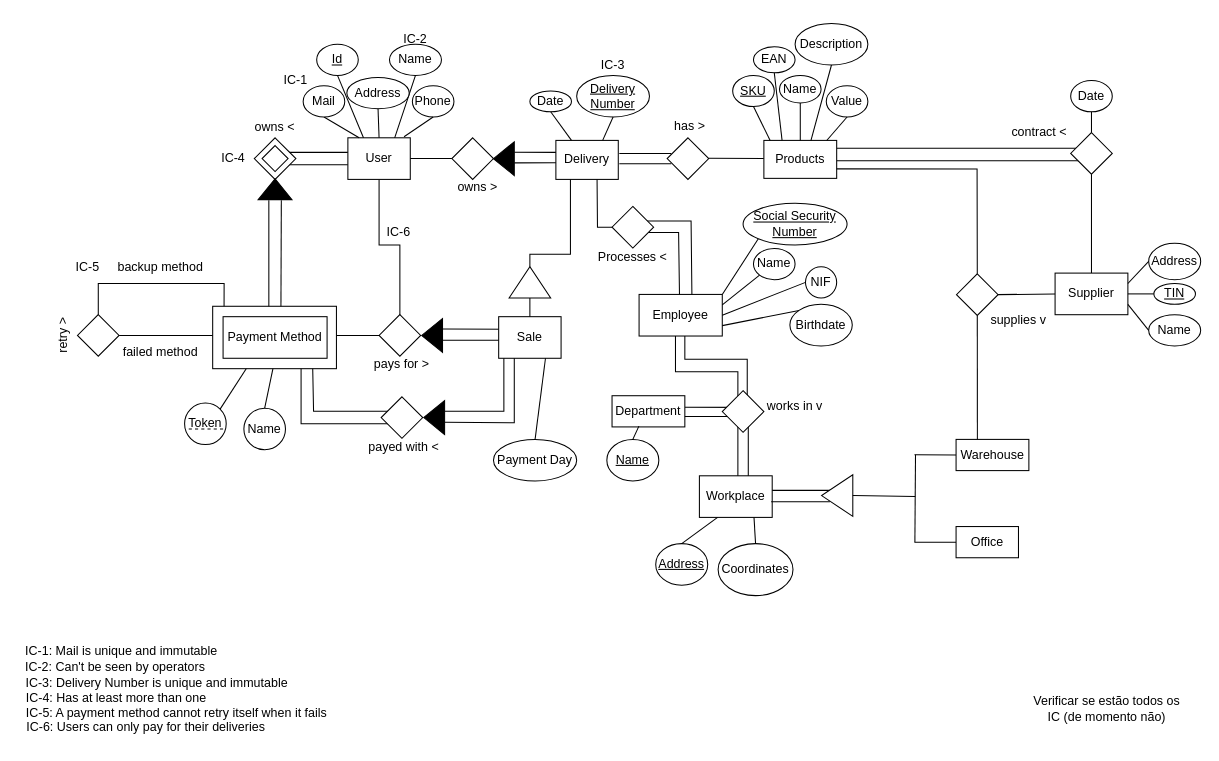
Axiself/Proj-BD-22-23 keeps this draw.io diagram as Entrega 1/Entrega 1.drawio. Above is the earlier version. Source tidied: cells renumbered, new cells numbered last; positions are measured from the earlier drawing's top-left corner, leaving out a move shared by most shapes. Both pictures are drawn from the tidied source at 104%, with x=0, y=0 at pixel (18, 23).
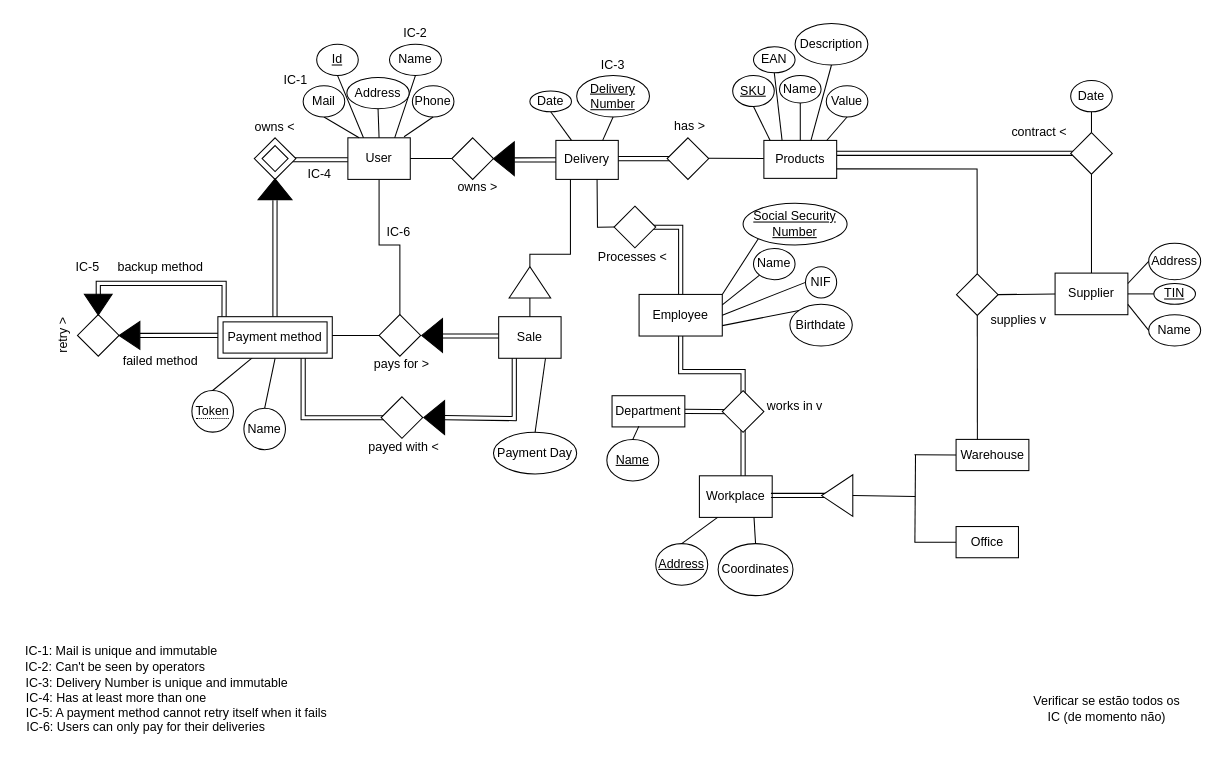
The same page after the edit.

Unchanged cells that the change refers to:
```xml
<mxCell id="36" value="Name" style="ellipse;whiteSpace=wrap;html=1;align=center;" parent="1" vertex="1">
  <mxGeometry x="217" y="370" width="40" height="40" as="geometry" />
</mxCell>
<mxCell id="54" value="Sale" style="whiteSpace=wrap;html=1;align=center;" parent="1" vertex="1">
  <mxGeometry x="462" y="282" width="60" height="40" as="geometry" />
</mxCell>
<mxCell id="62" style="shape=rhombus;perimeter=rhombusPerimeter;whiteSpace=wrap;html=1;align=center;" parent="1" vertex="1">
  <mxGeometry x="57" y="280" width="40" height="40" as="geometry" />
</mxCell>
<mxCell id="105" value="Employee" style="whiteSpace=wrap;html=1;align=center;" parent="1" vertex="1">
  <mxGeometry x="597" y="260.6" width="80" height="40" as="geometry" />
</mxCell>
<mxCell id="117" value="f" style="triangle;whiteSpace=wrap;html=1;fillColor=#000000;rotation=-180;" parent="1" vertex="1">
  <mxGeometry x="390" y="362.8" width="20" height="32.5" as="geometry" />
</mxCell>
```

Diff of the diagram source:
```diff
@@
-    <mxCell id="2" style="endArrow=none;html=1;rounded=0;exitX=1;exitY=1;exitDx=0;exitDy=0;" parent="1" edge="1">
-      <mxGeometry relative="1" as="geometry">
-        <mxPoint x="787" y="132" as="sourcePoint" />
-        <mxPoint x="1036.8" y="132" as="targetPoint" />
-      </mxGeometry>
-    </mxCell>
+    <mxCell id="152" style="endArrow=none;html=1;rounded=0;entryX=0.5;entryY=0;entryDx=0;entryDy=0;shape=link;" parent="1" edge="1" target="105">
+      <mxGeometry relative="1" as="geometry">
+        <mxPoint x="597" y="196" as="sourcePoint" />
+        <Array as="points">
+          <mxPoint x="637" y="196" />
+        </Array>
+      </mxGeometry>
+    </mxCell>
-    <mxCell id="3" style="endArrow=none;html=1;rounded=0;exitX=1;exitY=0;exitDx=0;exitDy=0;" parent="1" edge="1">
+    <mxCell id="3" style="endArrow=none;html=1;rounded=0;exitX=1;exitY=0;exitDx=0;exitDy=0;shape=link;" parent="1" edge="1">
       <mxGeometry relative="1" as="geometry">
-        <mxPoint x="787" y="120" as="sourcePoint" />
-        <mxPoint x="1036.8" y="120" as="targetPoint" />
+        <mxPoint x="787" y="124.9" as="sourcePoint" />
+        <mxPoint x="1036.8" y="124.9" as="targetPoint" />
       </mxGeometry>
     </mxCell>
-    <mxCell id="4" style="endArrow=none;html=1;rounded=0;entryX=0.625;entryY=0.419;entryDx=0;entryDy=0;exitX=0.5;exitY=1;exitDx=0;exitDy=0;entryPerimeter=0;" parent="1" edge="1">
-      <mxGeometry relative="1" as="geometry">
-        <mxPoint x="641" y="294" as="sourcePoint" />
-        <mxPoint x="701" y="370" as="targetPoint" />
-        <Array as="points">
-          <mxPoint x="641" y="323" />
-          <mxPoint x="701" y="323" />
-        </Array>
-      </mxGeometry>
-    </mxCell>
-    <mxCell id="5" style="endArrow=none;html=1;rounded=0;entryX=0.5;entryY=0;entryDx=0;entryDy=0;exitX=0.425;exitY=0.734;exitDx=0;exitDy=0;exitPerimeter=0;" parent="1" edge="1">
+    <mxCell id="5" style="endArrow=none;html=1;rounded=0;entryX=0.5;entryY=0;entryDx=0;entryDy=0;exitX=0.425;exitY=0.734;exitDx=0;exitDy=0;exitPerimeter=0;shape=link;" parent="1" edge="1">
       <mxGeometry relative="1" as="geometry">
-        <mxPoint x="632" y="290" as="sourcePoint" />
-        <mxPoint x="692" y="358.2" as="targetPoint" />
+        <mxPoint x="637" y="289.7" as="sourcePoint" />
+        <mxPoint x="697" y="358" as="targetPoint" />
         <Array as="points">
-          <mxPoint x="632" y="335" />
-          <mxPoint x="692" y="335" />
+          <mxPoint x="637" y="334.8" />
+          <mxPoint x="697" y="334.8" />
         </Array>
       </mxGeometry>
     </mxCell>
@@
-    <mxCell id="7" style="endArrow=none;html=1;rounded=0;exitX=0.514;exitY=0.125;exitDx=0;exitDy=0;exitPerimeter=0;entryX=0.5;entryY=1;entryDx=0;entryDy=0;" parent="1" edge="1">
-      <mxGeometry relative="1" as="geometry">
-        <mxPoint x="702" y="438" as="sourcePoint" />
-        <mxPoint x="702" y="384.2" as="targetPoint" />
-      </mxGeometry>
-    </mxCell>
-    <mxCell id="8" style="endArrow=none;html=1;rounded=0;entryX=0.5;entryY=0.35;entryDx=0;entryDy=0;exitX=1;exitY=0.5;exitDx=0;exitDy=0;entryPerimeter=0;" parent="1" edge="1">
-      <mxGeometry relative="1" as="geometry">
-        <mxPoint x="635" y="378" as="sourcePoint" />
-        <mxPoint x="691" y="378" as="targetPoint" />
-      </mxGeometry>
-    </mxCell>
-    <mxCell id="9" style="endArrow=none;html=1;rounded=0;entryX=0.5;entryY=0.35;entryDx=0;entryDy=0;exitX=1;exitY=0.5;exitDx=0;exitDy=0;entryPerimeter=0;" parent="1" edge="1">
+    <mxCell id="9" style="endArrow=none;html=1;rounded=0;entryX=0.5;entryY=0.35;entryDx=0;entryDy=0;exitX=1;exitY=0.5;exitDx=0;exitDy=0;entryPerimeter=0;shape=link;" parent="1" edge="1">
       <mxGeometry relative="1" as="geometry">
-        <mxPoint x="641" y="369" as="sourcePoint" />
-        <mxPoint x="697" y="369.2" as="targetPoint" />
+        <mxPoint x="641" y="373.1" as="sourcePoint" />
+        <mxPoint x="697" y="373.4" as="targetPoint" />
       </mxGeometry>
     </mxCell>
-    <mxCell id="10" style="endArrow=none;html=1;rounded=0;exitX=0.514;exitY=0.125;exitDx=0;exitDy=0;exitPerimeter=0;entryX=0.5;entryY=1;entryDx=0;entryDy=0;" parent="1" edge="1">
+    <mxCell id="10" style="endArrow=none;html=1;rounded=0;exitX=0.514;exitY=0.125;exitDx=0;exitDy=0;exitPerimeter=0;entryX=0.5;entryY=1;entryDx=0;entryDy=0;shape=link;" parent="1" edge="1">
       <mxGeometry relative="1" as="geometry">
-        <mxPoint x="692" y="440" as="sourcePoint" />
-        <mxPoint x="692" y="386.2" as="targetPoint" />
+        <mxPoint x="697" y="440.1" as="sourcePoint" />
+        <mxPoint x="697" y="386.4" as="targetPoint" />
       </mxGeometry>
     </mxCell>
@@
-    <mxCell id="12" style="endArrow=none;html=1;rounded=0;entryX=0.635;entryY=0.019;entryDx=0;entryDy=0;entryPerimeter=0;" parent="1" edge="1">
-      <mxGeometry relative="1" as="geometry">
-        <mxPoint x="597" y="201" as="sourcePoint" />
-        <mxPoint x="636" y="272" as="targetPoint" />
-        <Array as="points">
-          <mxPoint x="584" y="201" />
-          <mxPoint x="605" y="201" />
-          <mxPoint x="635" y="201" />
-        </Array>
-      </mxGeometry>
-    </mxCell>
-    <mxCell id="13" style="endArrow=none;html=1;rounded=0;exitX=0;exitY=0;exitDx=0;exitDy=0;entryX=0.635;entryY=0.019;entryDx=0;entryDy=0;entryPerimeter=0;" parent="1" edge="1" source="119" target="105">
-      <mxGeometry relative="1" as="geometry">
-        <Array as="points">
-          <mxPoint x="596" y="190" />
-          <mxPoint x="617" y="190" />
-          <mxPoint x="647" y="190" />
-        </Array>
-      </mxGeometry>
-    </mxCell>
-    <mxCell id="14" style="endArrow=none;html=1;rounded=0;entryX=1;entryY=0;entryDx=0;entryDy=0;" parent="1" edge="1" target="37">
+    <mxCell id="14" style="endArrow=none;html=1;rounded=0;entryX=0.5;entryY=0;entryDx=0;entryDy=0;" parent="1" edge="1" target="37">
       <mxGeometry relative="1" as="geometry">
         <mxPoint x="227" y="320" as="sourcePoint" />
       </mxGeometry>
     </mxCell>
-    <mxCell id="15" style="endArrow=none;html=1;rounded=0;" parent="1" edge="1">
+    <mxCell id="15" style="endArrow=none;html=1;rounded=0;shape=link;" parent="1" edge="1" source="154">
       <mxGeometry relative="1" as="geometry">
-        <mxPoint x="97" y="300" as="sourcePoint" />
         <mxPoint x="207" y="300" as="targetPoint" />
       </mxGeometry>
     </mxCell>
-    <mxCell id="16" style="endArrow=none;html=1;rounded=0;exitX=0;exitY=0.75;exitDx=0;exitDy=0;entryX=0.083;entryY=0.95;entryDx=0;entryDy=0;entryPerimeter=0;" parent="1" edge="1" target="54">
-      <mxGeometry relative="1" as="geometry">
-        <mxPoint x="410" y="372.9" as="sourcePoint" />
-        <Array as="points">
-          <mxPoint x="467" y="373" />
-        </Array>
-      </mxGeometry>
-    </mxCell>
@@
-    <mxCell id="19" style="endArrow=none;html=1;rounded=0;exitX=1;exitY=1;exitDx=0;exitDy=0;entryX=0;entryY=0.75;entryDx=0;entryDy=0;" parent="1" edge="1">
+    <mxCell id="19" style="endArrow=none;html=1;rounded=0;exitX=1;exitY=1;exitDx=0;exitDy=0;entryX=0;entryY=0.75;entryDx=0;entryDy=0;shape=link;" parent="1" edge="1">
       <mxGeometry relative="1" as="geometry">
-        <mxPoint x="257" y="136" as="sourcePoint" />
-        <mxPoint x="317" y="136" as="targetPoint" />
+        <mxPoint x="257" y="131.1" as="sourcePoint" />
+        <mxPoint x="317" y="131.1" as="targetPoint" />
       </mxGeometry>
     </mxCell>
-    <mxCell id="20" style="endArrow=none;html=1;rounded=0;exitX=0.5;exitY=1;exitDx=0;exitDy=0;" parent="1" edge="1">
-      <mxGeometry relative="1" as="geometry">
-        <mxPoint x="724" y="449" as="sourcePoint" />
-        <mxPoint x="792.5" y="449" as="targetPoint" />
-      </mxGeometry>
-    </mxCell>
-    <mxCell id="21" style="endArrow=none;html=1;rounded=0;entryX=0;entryY=0.25;entryDx=0;entryDy=0;exitX=0;exitY=0.75;exitDx=0;exitDy=0;" parent="1" edge="1">
+    <mxCell id="21" style="endArrow=none;html=1;rounded=0;entryX=0;entryY=0.25;entryDx=0;entryDy=0;exitX=0;exitY=0.75;exitDx=0;exitDy=0;shape=link;" parent="1" edge="1">
       <mxGeometry relative="1" as="geometry">
-        <mxPoint x="408" y="304.6" as="sourcePoint" />
-        <mxPoint x="478" y="304.6" as="targetPoint" />
+        <mxPoint x="408" y="300.6" as="sourcePoint" />
+        <mxPoint x="478" y="300.6" as="targetPoint" />
       </mxGeometry>
     </mxCell>
-    <mxCell id="22" style="endArrow=none;html=1;rounded=0;entryX=0;entryY=0.25;entryDx=0;entryDy=0;exitX=0;exitY=0.75;exitDx=0;exitDy=0;" parent="1" edge="1">
-      <mxGeometry relative="1" as="geometry">
-        <mxPoint x="408" y="293.9" as="sourcePoint" />
-        <mxPoint x="478" y="294" as="targetPoint" />
-      </mxGeometry>
-    </mxCell>
-    <mxCell id="23" style="endArrow=none;html=1;rounded=0;exitX=1;exitY=0;exitDx=0;exitDy=0;entryX=0;entryY=0.25;entryDx=0;entryDy=0;" parent="1" edge="1">
-      <mxGeometry relative="1" as="geometry">
-        <mxPoint x="257" y="124" as="sourcePoint" />
-        <mxPoint x="317" y="124" as="targetPoint" />
-      </mxGeometry>
-    </mxCell>
@@
-    <mxCell id="37" value="Token" style="ellipse;whiteSpace=wrap;html=1;align=center;fontStyle=0;" parent="1" vertex="1">
-      <mxGeometry x="160" y="365" width="40" height="40" as="geometry" />
-    </mxCell>
-    <mxCell id="38" style="endArrow=none;html=1;rounded=0;exitX=0.5;exitY=0;exitDx=0;exitDy=0;entryX=0.5;entryY=1;entryDx=0;entryDy=0;" parent="1" edge="1" source="36" target="146">
-      <mxGeometry relative="1" as="geometry" />
+    <mxCell id="38" style="endArrow=none;html=1;rounded=0;exitX=0.5;exitY=0;exitDx=0;exitDy=0;entryX=0.5;entryY=1;entryDx=0;entryDy=0;" parent="1" edge="1" source="36">
+      <mxGeometry relative="1" as="geometry">
+        <mxPoint x="247" y="322" as="targetPoint" />
+      </mxGeometry>
     </mxCell>
@@
-    <mxCell id="41" style="endArrow=none;html=1;rounded=0;" parent="1" edge="1">
+    <mxCell id="41" style="endArrow=none;html=1;rounded=0;shape=link;" parent="1" edge="1">
       <mxGeometry relative="1" as="geometry">
-        <mxPoint x="241" y="282" as="sourcePoint" />
-        <mxPoint x="241" y="170" as="targetPoint" />
+        <mxPoint x="246.9" y="282" as="sourcePoint" />
+        <mxPoint x="246.9" y="170" as="targetPoint" />
       </mxGeometry>
     </mxCell>
-    <mxCell id="42" style="endArrow=none;html=1;rounded=0;exitX=0.556;exitY=0.015;exitDx=0;exitDy=0;exitPerimeter=0;" parent="1" edge="1" source="146">
-      <mxGeometry relative="1" as="geometry">
-        <mxPoint x="253" y="170" as="targetPoint" />
-      </mxGeometry>
-    </mxCell>
@@
-    <mxCell id="47" style="endArrow=none;html=1;rounded=0;entryX=0;entryY=0.25;entryDx=0;entryDy=0;" parent="1" edge="1">
+    <mxCell id="47" style="endArrow=none;html=1;rounded=0;entryX=0;entryY=0.25;entryDx=0;entryDy=0;shape=link;" parent="1" edge="1">
       <mxGeometry relative="1" as="geometry">
-        <mxPoint x="517" y="134" as="sourcePoint" />
-        <mxPoint x="477" y="134.1" as="targetPoint" />
+        <mxPoint x="517" y="131.2" as="sourcePoint" />
+        <mxPoint x="477" y="131.3" as="targetPoint" />
       </mxGeometry>
     </mxCell>
-    <mxCell id="48" style="endArrow=none;html=1;rounded=0;entryX=0;entryY=0.75;entryDx=0;entryDy=0;" parent="1" edge="1">
-      <mxGeometry relative="1" as="geometry">
-        <mxPoint x="517" y="124" as="sourcePoint" />
-        <mxPoint x="477" y="123.9" as="targetPoint" />
-      </mxGeometry>
-    </mxCell>
@@
     <mxCell id="56" value="Payment Day" style="ellipse;whiteSpace=wrap;html=1;align=center;" parent="1" vertex="1">
-      <mxGeometry x="457" y="400" width="80" height="40" as="geometry" />
+      <mxGeometry x="457" y="393.2" width="80" height="40" as="geometry" />
     </mxCell>
@@
     <mxCell id="59" value="IC-2" style="text;html=1;strokeColor=none;fillColor=none;align=center;verticalAlign=middle;whiteSpace=wrap;rounded=0;" parent="1" vertex="1">
-      <mxGeometry x="352" width="60" height="30" as="geometry" />
+      <mxGeometry x="352" y="-5" width="60" height="30" as="geometry" />
     </mxCell>
@@
-    <mxCell id="63" style="endArrow=none;html=1;rounded=0;exitX=0.5;exitY=0;exitDx=0;exitDy=0;entryX=0.092;entryY=0.014;entryDx=0;entryDy=0;entryPerimeter=0;" parent="1" edge="1" source="62" target="143">
+    <mxCell id="63" style="endArrow=none;html=1;rounded=0;shape=link;entryX=0.054;entryY=0.002;entryDx=0;entryDy=0;entryPerimeter=0;" parent="1" edge="1" target="156">
       <mxGeometry relative="1" as="geometry">
+        <mxPoint x="77" y="270" as="sourcePoint" />
         <Array as="points">
           <mxPoint x="77" y="250" />
           <mxPoint x="198" y="250" />
         </Array>
       </mxGeometry>
     </mxCell>
@@
     <mxCell id="68" value="IC-4" style="text;html=1;strokeColor=none;fillColor=none;align=center;verticalAlign=middle;whiteSpace=wrap;rounded=0;" parent="1" vertex="1">
-      <mxGeometry x="177" y="115" width="60" height="30" as="geometry" />
+      <mxGeometry x="259.5" y="130" width="60" height="30" as="geometry" />
     </mxCell>
-    <mxCell id="69" style="endArrow=none;html=1;rounded=0;" parent="1" edge="1">
-      <mxGeometry relative="1" as="geometry">
-        <mxPoint x="578" y="125" as="sourcePoint" />
-        <mxPoint x="628" y="125" as="targetPoint" />
-      </mxGeometry>
-    </mxCell>
-    <mxCell id="70" style="endArrow=none;html=1;rounded=0;" parent="1" edge="1">
+    <mxCell id="70" style="endArrow=none;html=1;rounded=0;shape=link;" parent="1" edge="1">
       <mxGeometry relative="1" as="geometry">
-        <mxPoint x="578" y="135" as="sourcePoint" />
-        <mxPoint x="628" y="135" as="targetPoint" />
+        <mxPoint x="577" y="130" as="sourcePoint" />
+        <mxPoint x="627" y="130" as="targetPoint" />
       </mxGeometry>
     </mxCell>
@@
-    <mxCell id="93" style="endArrow=none;html=1;rounded=0;exitX=0.5;exitY=1;exitDx=0;exitDy=0;" parent="1" edge="1">
+    <mxCell id="93" style="endArrow=none;html=1;rounded=0;exitX=0.5;exitY=1;exitDx=0;exitDy=0;shape=link;" parent="1" edge="1">
       <mxGeometry relative="1" as="geometry">
-        <mxPoint x="724" y="460" as="sourcePoint" />
-        <mxPoint x="780.5" y="460" as="targetPoint" />
+        <mxPoint x="723.8" y="453.9" as="sourcePoint" />
+        <mxPoint x="780.2" y="453.9" as="targetPoint" />
       </mxGeometry>
     </mxCell>
@@
     <mxCell id="102" value="failed method" style="text;html=1;strokeColor=none;fillColor=none;align=center;verticalAlign=middle;whiteSpace=wrap;rounded=0;fontStyle=0;" parent="1" vertex="1">
-      <mxGeometry x="97" y="300.6" width="80" height="30" as="geometry" />
+      <mxGeometry x="97" y="310.1" width="80" height="30" as="geometry" />
     </mxCell>
@@
-    <mxCell id="113" style="endArrow=none;html=1;rounded=0;entryX=0.25;entryY=1;entryDx=0;entryDy=0;exitX=0;exitY=0.75;exitDx=0;exitDy=0;" parent="1" edge="1" target="54">
+    <mxCell id="113" style="endArrow=none;html=1;rounded=0;entryX=0.25;entryY=1;entryDx=0;entryDy=0;exitX=0;exitY=0.5;exitDx=0;exitDy=0;shape=link;" parent="1" edge="1" source="117" target="54">
       <mxGeometry relative="1" as="geometry">
-        <mxPoint x="410" y="383.6" as="sourcePoint" />
         <Array as="points">
-          <mxPoint x="477" y="384" />
+          <mxPoint x="477" y="380" />
         </Array>
       </mxGeometry>
     </mxCell>
-    <mxCell id="114" style="endArrow=none;html=1;rounded=0;exitX=0.75;exitY=1;exitDx=0;exitDy=0;" parent="1" edge="1" source="146">
+    <mxCell id="114" style="endArrow=none;html=1;rounded=0;exitX=0.75;exitY=1;exitDx=0;exitDy=0;shape=link;" parent="1" edge="1">
       <mxGeometry relative="1" as="geometry">
-        <mxPoint x="371" y="385" as="targetPoint" />
+        <mxPoint x="274" y="316.2" as="sourcePoint" />
+        <mxPoint x="373" y="379.2" as="targetPoint" />
         <Array as="points">
-          <mxPoint x="272" y="385" />
+          <mxPoint x="274" y="379.2" />
         </Array>
       </mxGeometry>
     </mxCell>
-    <mxCell id="115" style="endArrow=none;html=1;rounded=0;exitX=0.86;exitY=1.005;exitDx=0;exitDy=0;exitPerimeter=0;" parent="1" edge="1" source="146">
-      <mxGeometry relative="1" as="geometry">
-        <mxPoint x="364" y="373" as="targetPoint" />
-        <Array as="points">
-          <mxPoint x="284" y="373" />
-        </Array>
-      </mxGeometry>
-    </mxCell>
@@
     <mxCell id="119" style="shape=rhombus;perimeter=rhombusPerimeter;whiteSpace=wrap;html=1;align=center;" parent="1" vertex="1">
-      <mxGeometry x="571" y="176" width="40" height="40" as="geometry" />
+      <mxGeometry x="573" y="175.8" width="40" height="40" as="geometry" />
     </mxCell>
@@
-    <mxCell id="143" style="rounded=0;whiteSpace=wrap;html=1;" parent="1" vertex="1">
-      <mxGeometry x="187" y="272" width="119" height="60" as="geometry" />
-    </mxCell>
@@
-    <mxCell id="146" value="Payment Method" style="whiteSpace=wrap;html=1;align=center;" parent="1" vertex="1">
-      <mxGeometry x="197" y="282" width="100" height="40" as="geometry" />
-    </mxCell>
@@
-    <mxCell id="148" style="endArrow=none;dashed=1;html=1;rounded=0;" parent="1" edge="1">
-      <mxGeometry relative="1" as="geometry">
-        <mxPoint x="164" y="389.9" as="sourcePoint" />
-        <mxPoint x="197" y="389.9" as="targetPoint" />
-      </mxGeometry>
-    </mxCell>
@@
+    <mxCell id="153" style="endArrow=none;html=1;rounded=0;shape=link;exitX=1;exitY=0.5;exitDx=0;exitDy=0;" parent="1" edge="1" source="62" target="154">
+      <mxGeometry relative="1" as="geometry" />
+    </mxCell>
+    <mxCell id="154" style="triangle;whiteSpace=wrap;html=1;rotation=-180;fillColor=#000000;" parent="1" vertex="1">
+      <mxGeometry x="97" y="286.7" width="20" height="26.7" as="geometry" />
+    </mxCell>
+    <mxCell id="155" style="triangle;whiteSpace=wrap;html=1;rotation=90;fillColor=#000000;" parent="1" vertex="1">
+      <mxGeometry x="67" y="257.1" width="20" height="26.7" as="geometry" />
+    </mxCell>
+    <mxCell id="156" value="Payment method" style="shape=ext;margin=3;double=1;whiteSpace=wrap;html=1;align=center;" parent="1" vertex="1">
+      <mxGeometry x="192" y="282" width="110" height="40" as="geometry" />
+    </mxCell>
+    <mxCell id="37" value="&lt;span style=&quot;border-bottom: 1px dotted&quot;&gt;Token&lt;/span&gt;" style="ellipse;whiteSpace=wrap;html=1;align=center;" parent="1" vertex="1">
+      <mxGeometry x="167" y="353" width="40" height="40" as="geometry" />
+    </mxCell>
```
